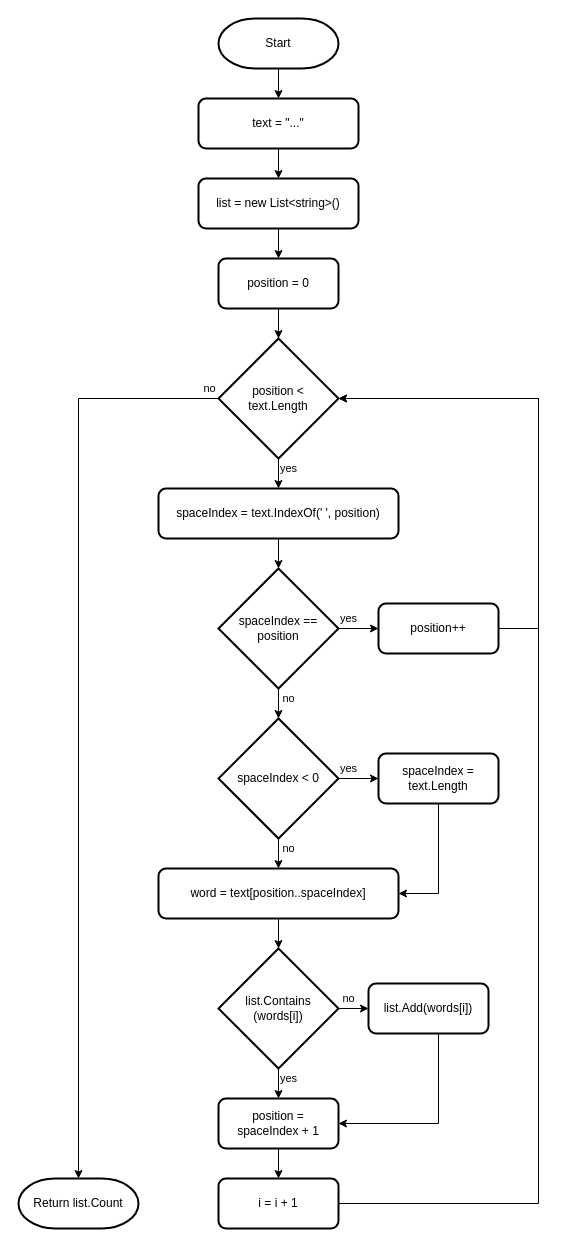
Above: page "unique-words02" (2 of 2) of images/diagrams.drawio in Revaz-Goguadze/unique-words (draw.io), before the change. Source tidied: cells renumbered, new cells numbered last; positions are measured from the earlier drawing's top-left corner, leaving out a move shared by most shapes. Both pictures are drawn from the tidied source at 100%, with x=0, y=0 at pixel (18, 18).
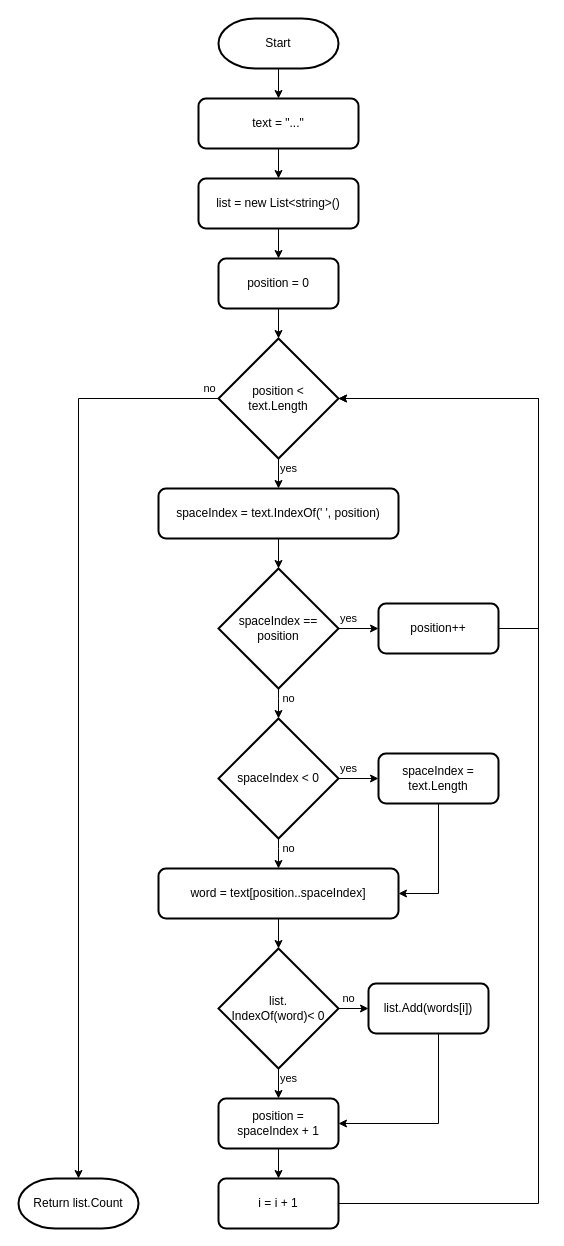
Above is the later version.

The edit, as a diff of the source:
```diff
@@
-    <mxCell id="32" value="list.Contains&lt;br&gt;(words[i])" style="rhombus;whiteSpace=wrap;html=1;rounded=0;strokeWidth=2;" parent="1" vertex="1">
+    <mxCell id="32" value="list.&lt;br&gt;IndexOf(word)&amp;lt; 0" style="rhombus;whiteSpace=wrap;html=1;rounded=0;strokeWidth=2;" parent="1" vertex="1">
       <mxGeometry x="200" y="930" width="120" height="120" as="geometry" />
     </mxCell>
```
